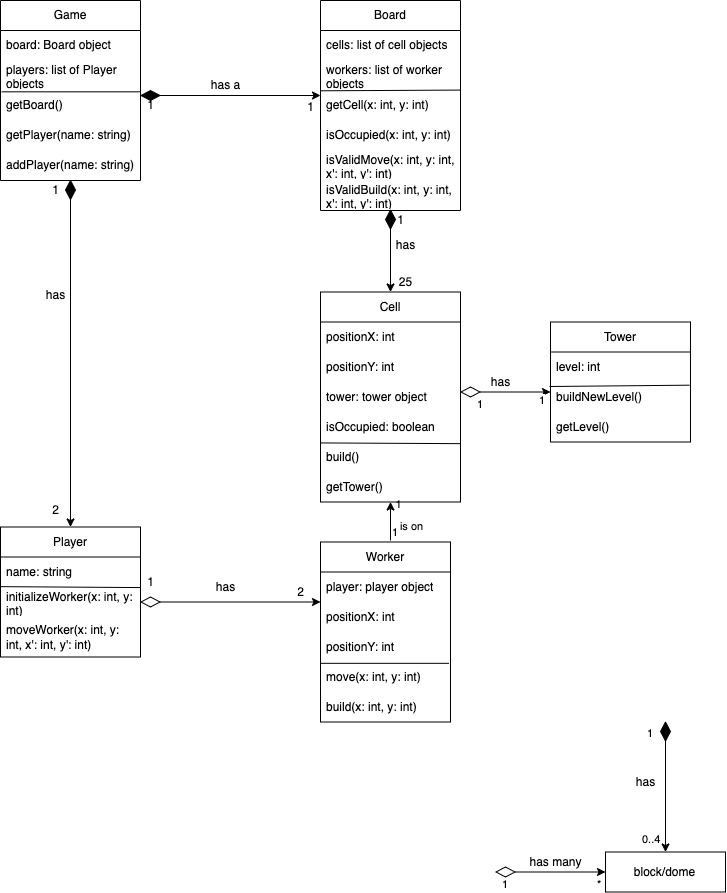
Above: Object diagram.drawio.png in RozayC/test (draw.io), before the change. Source tidied: cells renumbered, new cells last; positions are measured from the earlier drawing's top-left corner, leaving out a move shared by most shapes.
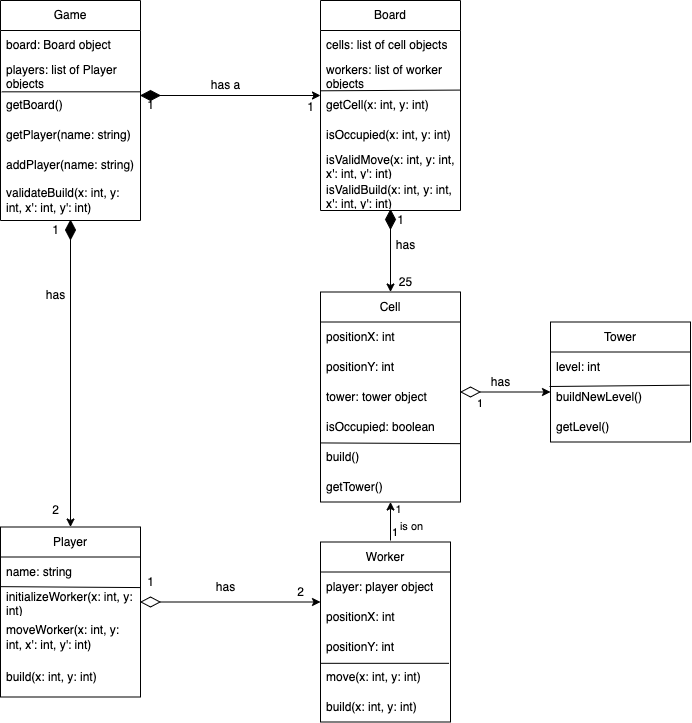
The same file after the commit.

The edit, as a diff of the source:
```diff
@@ -21,7 +21,7 @@
       <mxGeometry x="35" y="279.5" width="40" height="30" as="geometry" />
     </mxCell>
     <mxCell id="7" value="1" style="text;html=1;align=center;verticalAlign=middle;fillColor=none;strokeColor=none;rounded=0;" parent="1" vertex="1">
-      <mxGeometry x="45" y="180" width="20" height="20" as="geometry" />
+      <mxGeometry x="45" y="220" width="20" height="20" as="geometry" />
     </mxCell>
     <mxCell id="8" value="2" style="text;html=1;align=center;verticalAlign=middle;fillColor=none;strokeColor=none;rounded=0;" parent="1" vertex="1">
       <mxGeometry x="45" y="500" width="20" height="20" as="geometry" />
@@ -59,7 +59,7 @@
     </mxCell>
     <mxCell id="18" value="1" style="edgeLabel;html=1;align=center;verticalAlign=middle;" parent="15" vertex="1">
       <mxGeometry x="0.88" y="4" relative="1" as="geometry">
-        <mxPoint x="11" as="offset" />
+        <mxPoint x="11" y="4" as="offset" />
       </mxGeometry>
     </mxCell>
     <mxCell id="19" style="edgeStyle=orthogonalEdgeStyle;rounded=0;jettySize=auto;html=1;entryX=0.5;entryY=0;entryDx=0;entryDy=0;fontSize=12;" parent="1" edge="1" source="20" target="71">
@@ -83,7 +83,7 @@
       <mxGeometry relative="1" as="geometry" />
     </mxCell>
     <mxCell id="24" style="rhombus;whiteSpace=wrap;html=1;fillColor=#000000;" parent="1" vertex="1">
-      <mxGeometry x="65" y="180" width="10" height="19" as="geometry" />
+      <mxGeometry x="65" y="220" width="10" height="19" as="geometry" />
     </mxCell>
     <mxCell id="25" style="edgeStyle=orthogonalEdgeStyle;rounded=0;jettySize=auto;html=1;entryX=0;entryY=0.5;entryDx=0;entryDy=0;" parent="1" edge="1" source="26">
       <mxGeometry relative="1" as="geometry">
@@ -107,49 +107,8 @@
     <mxCell id="30" value="1" style="edgeLabel;html=1;align=left;verticalAlign=bottom;" parent="1" vertex="1">
       <mxGeometry x="475" y="411.5" as="geometry" />
     </mxCell>
-    <mxCell id="31" value="1" style="edgeLabel;html=1;align=left;verticalAlign=bottom;" parent="1" vertex="1">
-      <mxGeometry x="596" y="711" as="geometry">
-        <mxPoint x="-59" y="-303" as="offset" />
-      </mxGeometry>
-    </mxCell>
-    <mxCell id="32" style="edgeStyle=orthogonalEdgeStyle;rounded=0;jettySize=auto;html=1;entryX=0;entryY=0.5;entryDx=0;entryDy=0;" parent="1" edge="1" source="33" target="34">
-      <mxGeometry relative="1" as="geometry" />
-    </mxCell>
-    <mxCell id="33" style="rhombus;whiteSpace=wrap;html=1;fillColor=#ffffff;rotation=90;" parent="1" vertex="1">
-      <mxGeometry x="500" y="862" width="10" height="19" as="geometry" />
-    </mxCell>
-    <mxCell id="34" style="swimlane;startSize=0;" parent="1" vertex="1">
-      <mxGeometry x="605" y="851.5" width="120" height="40" as="geometry" />
-    </mxCell>
-    <mxCell id="35" value="block/dome" style="text;html=1;align=center;verticalAlign=middle;strokeColor=none;fillColor=none;" parent="34" vertex="1">
-      <mxGeometry x="19" y="5" width="80" height="30" as="geometry" />
-    </mxCell>
-    <mxCell id="36" value="has many" style="text;html=1;align=center;verticalAlign=middle;fillColor=none;strokeColor=none;rounded=0;" parent="1" vertex="1">
-      <mxGeometry x="515" y="846.5" width="80" height="30" as="geometry" />
-    </mxCell>
-    <mxCell id="37" value="1" style="edgeLabel;html=1;align=left;verticalAlign=bottom;" parent="1" vertex="1">
-      <mxGeometry x="500" y="891.5" as="geometry" />
-    </mxCell>
-    <mxCell id="38" value="*" style="edgeLabel;html=1;align=left;verticalAlign=bottom;" parent="1" vertex="1">
-      <mxGeometry x="595" y="891.5" as="geometry" />
-    </mxCell>
-    <mxCell id="39" style="edgeStyle=orthogonalEdgeStyle;rounded=0;jettySize=auto;html=1;entryX=0.5;entryY=0;entryDx=0;entryDy=0;" parent="1" edge="1" source="40" target="34">
-      <mxGeometry relative="1" as="geometry" />
-    </mxCell>
-    <mxCell id="40" style="rhombus;whiteSpace=wrap;html=1;fillColor=#000000;" parent="1" vertex="1">
-      <mxGeometry x="660" y="721.5" width="10" height="19" as="geometry" />
-    </mxCell>
-    <mxCell id="41" value="1" style="edgeLabel;html=1;align=left;verticalAlign=bottom;" parent="1" vertex="1">
-      <mxGeometry x="645" y="740.5" as="geometry" />
-    </mxCell>
-    <mxCell id="42" value="0..4" style="edgeLabel;html=1;align=left;verticalAlign=bottom;" parent="1" vertex="1">
-      <mxGeometry x="640" y="846.5" as="geometry" />
-    </mxCell>
-    <mxCell id="43" value="has" style="text;html=1;align=center;verticalAlign=middle;fillColor=none;strokeColor=none;rounded=0;" parent="1" vertex="1">
-      <mxGeometry x="625" y="766.5" width="40" height="30" as="geometry" />
-    </mxCell>
     <mxCell id="44" value="Game" style="swimlane;fontStyle=0;horizontal=1;startSize=30;whiteSpace=wrap;html=1;" parent="1" vertex="1">
-      <mxGeometry width="140" height="180" as="geometry" />
+      <mxGeometry width="140" height="220" as="geometry" />
     </mxCell>
     <mxCell id="45" value="board: Board object" style="text;strokeColor=none;fillColor=none;align=left;verticalAlign=middle;spacingLeft=4;spacingRight=4;overflow=hidden;whiteSpace=wrap;html=1;" parent="44" vertex="1">
       <mxGeometry y="30" width="140" height="30" as="geometry" />
@@ -166,11 +125,14 @@
     <mxCell id="49" value="addPlayer(name: string)&lt;br&gt;" style="text;strokeColor=none;fillColor=none;align=left;verticalAlign=middle;spacingLeft=4;spacingRight=4;overflow=hidden;whiteSpace=wrap;html=1;" parent="44" vertex="1">
       <mxGeometry y="150" width="140" height="30" as="geometry" />
     </mxCell>
+    <mxCell id="84" value="validateBuild(x: int, y: int, x': int, y': int)" style="text;strokeColor=none;fillColor=none;align=left;verticalAlign=middle;spacingLeft=4;spacingRight=4;overflow=hidden;whiteSpace=wrap;html=1;" parent="44" vertex="1">
+      <mxGeometry y="180" width="140" height="40" as="geometry" />
+    </mxCell>
     <mxCell id="50" style="endArrow=none;html=1;rounded=0;fontSize=12;exitX=0.009;exitY=0.044;exitDx=0;exitDy=0;exitPerimeter=0;entryX=0.996;entryY=0.044;entryDx=0;entryDy=0;entryPerimeter=0;" parent="44" edge="1" source="47" target="47">
       <mxGeometry relative="1" as="geometry" />
     </mxCell>
     <mxCell id="51" value="Player" style="swimlane;fontStyle=0;horizontal=1;startSize=30;whiteSpace=wrap;html=1;fontSize=12;" parent="1" vertex="1">
-      <mxGeometry y="526.5" width="140" height="130" as="geometry" />
+      <mxGeometry y="526.5" width="140" height="170" as="geometry" />
     </mxCell>
     <mxCell id="52" value="name: string" style="text;strokeColor=none;fillColor=none;align=left;verticalAlign=middle;spacingLeft=4;spacingRight=4;overflow=hidden;points=[[0,0.5],[1,0.5]];portConstraint=eastwest;whiteSpace=wrap;html=1;fontSize=12;" parent="51" vertex="1">
       <mxGeometry y="30" width="140" height="30" as="geometry" />
@@ -181,6 +143,9 @@
     <mxCell id="54" value="moveWorker(x: int, y: int, x': int, y': int)" style="text;strokeColor=none;fillColor=none;align=left;verticalAlign=middle;spacingLeft=4;spacingRight=4;overflow=hidden;whiteSpace=wrap;html=1;fontSize=12;" parent="51" vertex="1">
       <mxGeometry y="90" width="140" height="40" as="geometry" />
     </mxCell>
+    <mxCell id="85" value="build(x: int, y: int)" style="text;strokeColor=none;fillColor=none;align=left;verticalAlign=middle;spacingLeft=4;spacingRight=4;overflow=hidden;whiteSpace=wrap;html=1;fontSize=12;" parent="51" vertex="1">
+      <mxGeometry y="130" width="140" height="40" as="geometry" />
+    </mxCell>
     <mxCell id="55" style="endArrow=none;html=1;rounded=0;fontSize=12;exitX=-0.003;exitY=-0.012;exitDx=0;exitDy=0;exitPerimeter=0;entryX=0.997;entryY=1.019;entryDx=0;entryDy=0;entryPerimeter=0;" parent="51" edge="1" source="53" target="52">
       <mxGeometry relative="1" as="geometry" />
     </mxCell>
```
